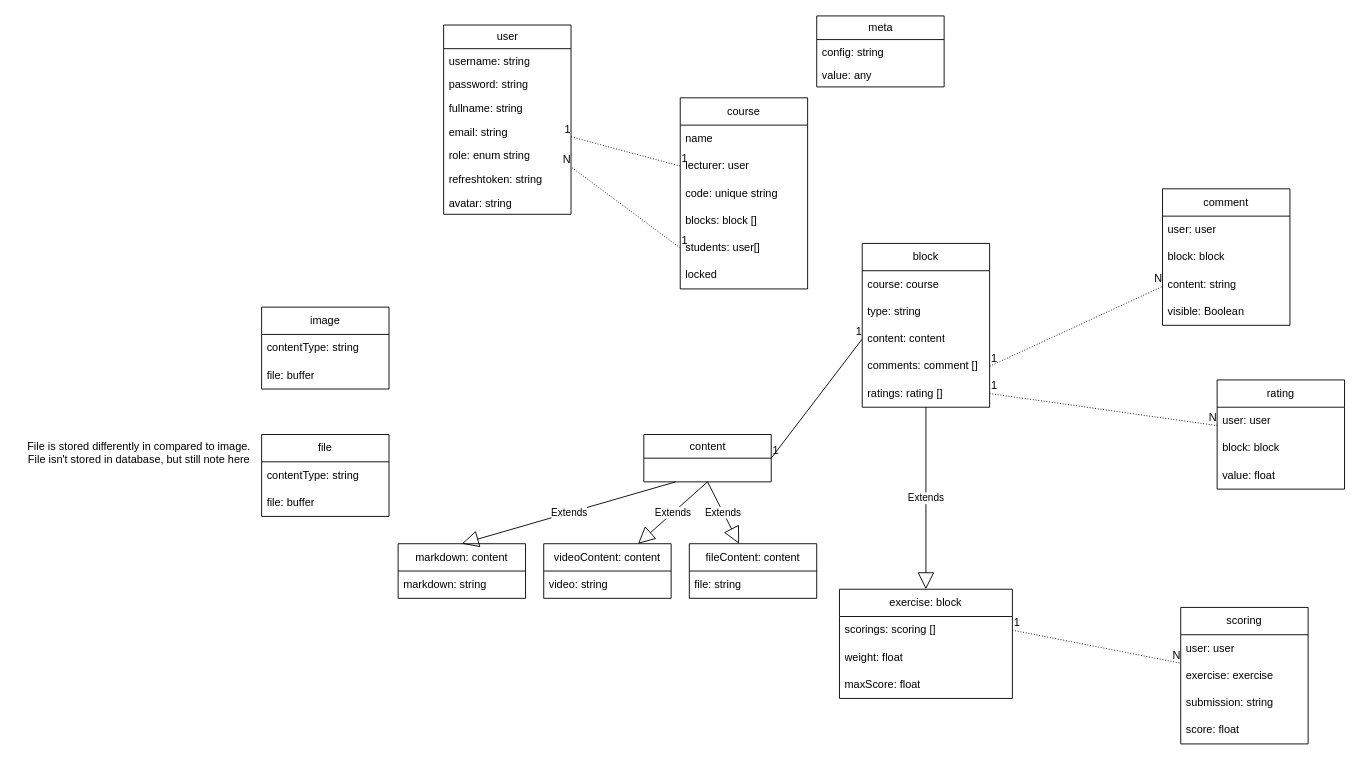
Earlier version of the draw.io diagram page "Database Design Diagram" (1 of 2) of docs/Diagrams.drawio (PhungThanhTu/pearn). Source tidied: cells renumbered, new cells numbered last; positions are measured from the earlier drawing's top-left corner, leaving out a move shared by most shapes. Both pictures are drawn from the tidied source at 91%, with x=0, y=0 at pixel (15, 15).
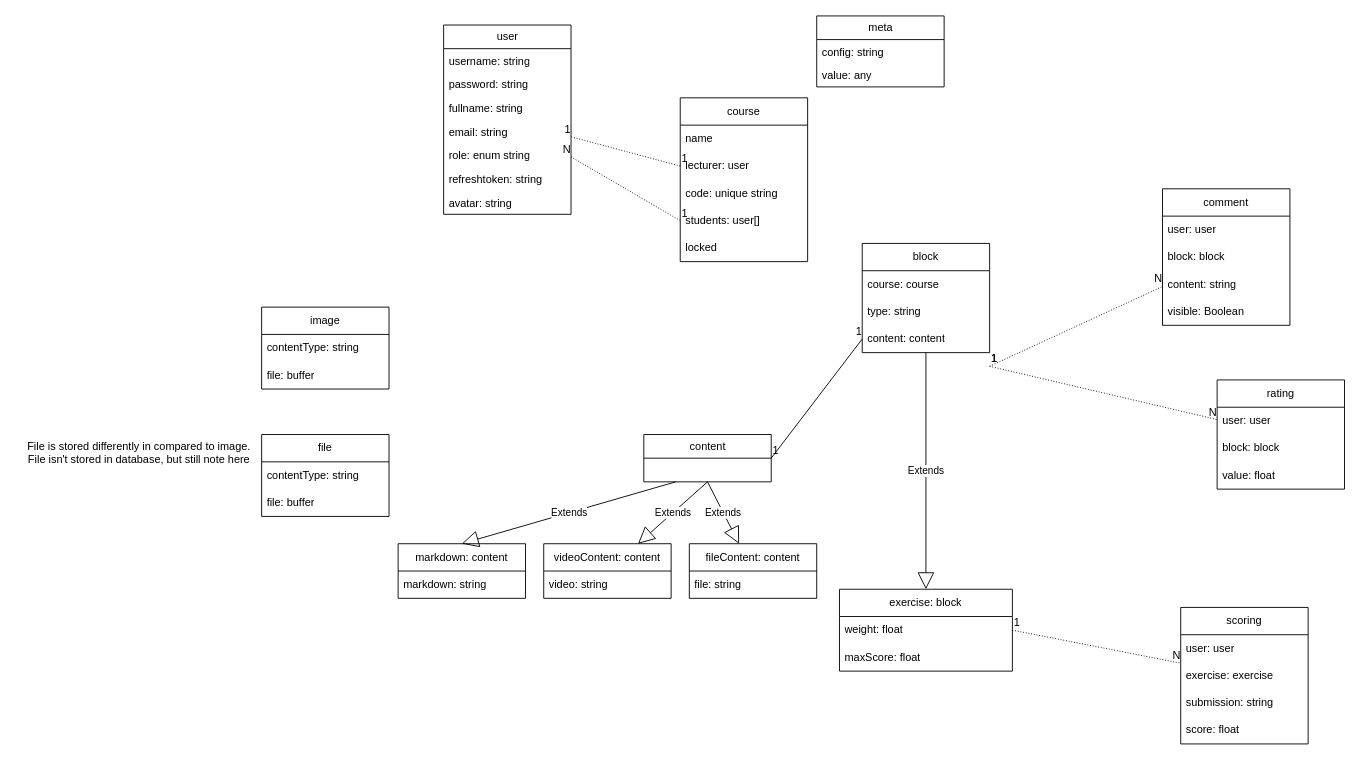
The same diagram, later.

The change refers to these unchanged cells:
```xml
<mxCell id="29" value="rating" style="swimlane;fontStyle=0;horizontal=1;startSize=30;whiteSpace=wrap;html=1;" parent="1" vertex="1">
  <mxGeometry x="1320" y="400" width="140" height="120" as="geometry" />
</mxCell>
<mxCell id="33" value="comment" style="swimlane;fontStyle=0;horizontal=1;startSize=30;whiteSpace=wrap;html=1;" parent="1" vertex="1">
  <mxGeometry x="1260" y="190" width="140" height="150" as="geometry" />
</mxCell>
<mxCell id="43" value="scoring" style="swimlane;fontStyle=0;horizontal=1;startSize=30;whiteSpace=wrap;html=1;" parent="1" vertex="1">
  <mxGeometry x="1280" y="650" width="140" height="150" as="geometry" />
</mxCell>
```

The edit, as a diff of the source:
```diff
@@
     <mxCell id="16" value="course" style="swimlane;fontStyle=0;horizontal=1;startSize=30;whiteSpace=wrap;html=1;" parent="1" vertex="1">
-      <mxGeometry x="730" y="90" width="140" height="210" as="geometry" />
+      <mxGeometry x="730" y="90" width="140" height="180" as="geometry" />
     </mxCell>
@@
-    <mxCell id="20" value="blocks: block []" style="text;strokeColor=none;fillColor=none;align=left;verticalAlign=middle;spacingLeft=4;spacingRight=4;overflow=hidden;whiteSpace=wrap;html=1;" parent="16" vertex="1">
-      <mxGeometry y="120" width="140" height="30" as="geometry" />
-    </mxCell>
     <mxCell id="21" value="students: user[]" style="text;strokeColor=none;fillColor=none;align=left;verticalAlign=middle;spacingLeft=4;spacingRight=4;overflow=hidden;points=[[0,0.5],[1,0.5]];portConstraint=eastwest;whiteSpace=wrap;html=1;" parent="16" vertex="1">
-      <mxGeometry y="150" width="140" height="30" as="geometry" />
+      <mxGeometry y="120" width="140" height="30" as="geometry" />
     </mxCell>
     <mxCell id="22" value="locked" style="text;strokeColor=none;fillColor=none;align=left;verticalAlign=middle;spacingLeft=4;spacingRight=4;overflow=hidden;whiteSpace=wrap;html=1;" parent="16" vertex="1">
-      <mxGeometry y="180" width="140" height="30" as="geometry" />
+      <mxGeometry y="150" width="140" height="30" as="geometry" />
     </mxCell>
     <mxCell id="23" value="block" style="swimlane;fontStyle=0;horizontal=1;startSize=30;whiteSpace=wrap;html=1;" parent="1" vertex="1">
-      <mxGeometry x="930" y="250" width="140" height="180" as="geometry" />
+      <mxGeometry x="930" y="250" width="140" height="120" as="geometry" />
     </mxCell>
@@
-    <mxCell id="27" value="comments: comment []" style="text;strokeColor=none;fillColor=none;align=left;verticalAlign=middle;spacingLeft=4;spacingRight=4;overflow=hidden;points=[[0,0.5],[1,0.5]];portConstraint=eastwest;whiteSpace=wrap;html=1;" parent="23" vertex="1">
-      <mxGeometry y="120" width="140" height="30" as="geometry" />
-    </mxCell>
-    <mxCell id="28" value="ratings: rating []" style="text;strokeColor=none;fillColor=none;align=left;verticalAlign=middle;spacingLeft=4;spacingRight=4;overflow=hidden;points=[[0,0.5],[1,0.5]];portConstraint=eastwest;whiteSpace=wrap;html=1;" parent="23" vertex="1">
-      <mxGeometry y="150" width="140" height="30" as="geometry" />
-    </mxCell>
@@
     <mxCell id="38" value="exercise: block" style="swimlane;fontStyle=0;horizontal=1;startSize=30;whiteSpace=wrap;html=1;" parent="1" vertex="1">
-      <mxGeometry x="905" y="630" width="190" height="120" as="geometry" />
+      <mxGeometry x="905" y="630" width="190" height="90" as="geometry" />
     </mxCell>
-    <mxCell id="39" value="scorings: scoring []" style="text;strokeColor=none;fillColor=none;align=left;verticalAlign=middle;spacingLeft=4;spacingRight=4;overflow=hidden;points=[[0,0.5],[1,0.5]];portConstraint=eastwest;whiteSpace=wrap;html=1;" parent="38" vertex="1">
-      <mxGeometry y="30" width="190" height="30" as="geometry" />
-    </mxCell>
     <mxCell id="40" value="weight: float" style="text;strokeColor=none;fillColor=none;align=left;verticalAlign=middle;spacingLeft=4;spacingRight=4;overflow=hidden;whiteSpace=wrap;html=1;" parent="38" vertex="1">
-      <mxGeometry y="60" width="190" height="30" as="geometry" />
+      <mxGeometry y="30" width="190" height="30" as="geometry" />
     </mxCell>
     <mxCell id="41" value="maxScore: float" style="text;strokeColor=none;fillColor=none;align=left;verticalAlign=middle;spacingLeft=4;spacingRight=4;overflow=hidden;whiteSpace=wrap;html=1;" parent="38" vertex="1">
-      <mxGeometry y="90" width="190" height="30" as="geometry" />
+      <mxGeometry y="60" width="190" height="30" as="geometry" />
     </mxCell>
@@
-    <mxCell id="59" style="endArrow=none;html=1;rounded=0;dashed=1;dashPattern=1 2;exitX=1;exitY=0.5;exitDx=0;exitDy=0;" parent="1" edge="1" source="27" target="33">
-      <mxGeometry relative="1" as="geometry" />
+    <mxCell id="59" style="endArrow=none;html=1;rounded=0;dashed=1;dashPattern=1 2;exitX=1;exitY=0.5;exitDx=0;exitDy=0;" parent="1" edge="1" target="33">
+      <mxGeometry relative="1" as="geometry">
+        <mxPoint x="1070" y="385" as="sourcePoint" />
+      </mxGeometry>
     </mxCell>
@@
-    <mxCell id="62" style="endArrow=none;html=1;rounded=0;dashed=1;dashPattern=1 2;exitX=1;exitY=0.5;exitDx=0;exitDy=0;" parent="1" edge="1" source="28" target="29">
-      <mxGeometry relative="1" as="geometry" />
+    <mxCell id="62" style="endArrow=none;html=1;rounded=0;dashed=1;dashPattern=1 2;exitX=1;exitY=0.5;exitDx=0;exitDy=0;" parent="1" edge="1" target="29">
+      <mxGeometry relative="1" as="geometry">
+        <mxPoint x="1070" y="385" as="sourcePoint" />
+      </mxGeometry>
     </mxCell>
@@
-    <mxCell id="65" style="endArrow=none;html=1;rounded=0;dashed=1;dashPattern=1 2;exitX=1;exitY=0.5;exitDx=0;exitDy=0;" parent="1" edge="1" source="39" target="43">
-      <mxGeometry relative="1" as="geometry" />
+    <mxCell id="65" style="endArrow=none;html=1;rounded=0;dashed=1;dashPattern=1 2;exitX=1;exitY=0.5;exitDx=0;exitDy=0;" parent="1" edge="1" target="43">
+      <mxGeometry relative="1" as="geometry">
+        <mxPoint x="1095" y="675" as="sourcePoint" />
+      </mxGeometry>
     </mxCell>
```
